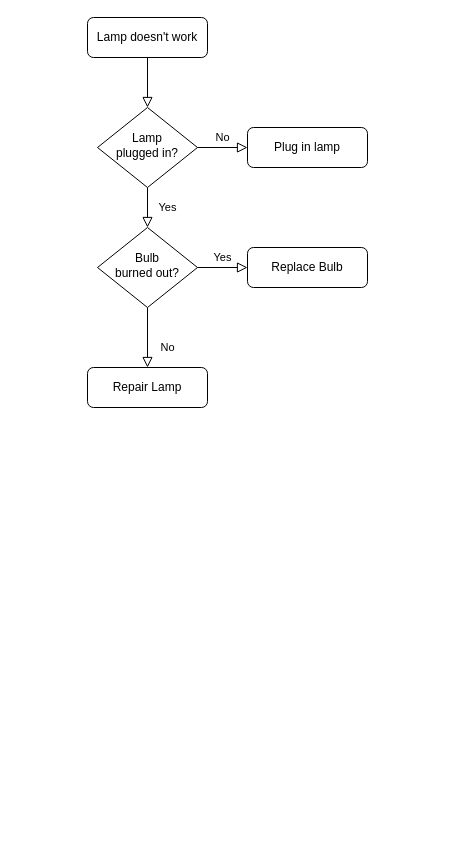
oliver-wolffe/diagrams keeps this draw.io diagram as Untitled Diagram.drawio. Above is the earlier version. Source tidied: cells renumbered, new cells numbered last; positions are measured from the earlier drawing's top-left corner, leaving out a move shared by most shapes. Both pictures are drawn from the tidied source at 100%, with x=0, y=0 at pixel (87, 17).
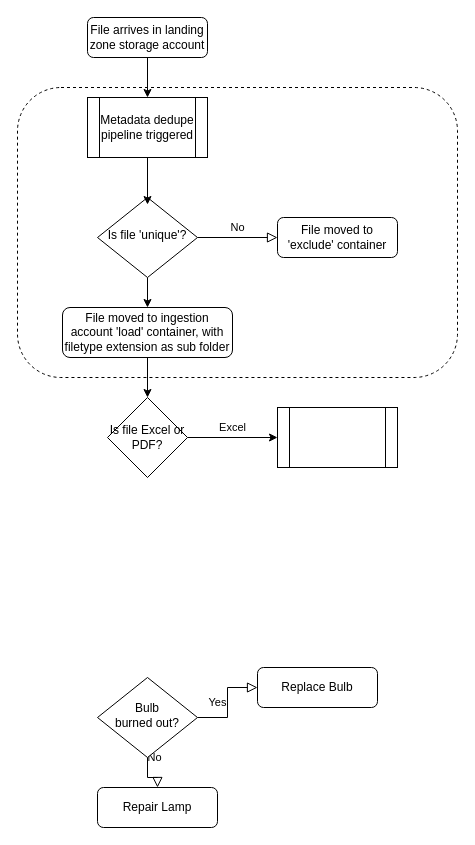
The same diagram, later.

The edit, as a diff of the source:
```diff
@@
-    <mxCell id="2" style="rounded=0;html=1;jettySize=auto;fontSize=11;endArrow=block;endFill=0;endSize=8;strokeWidth=1;shadow=0;labelBackgroundColor=none;edgeStyle=orthogonalEdgeStyle;" parent="1" edge="1" source="3" target="6">
-      <mxGeometry relative="1" as="geometry" />
-    </mxCell>
+    <mxCell id="13" style="edgeStyle=orthogonalEdgeStyle;rounded=0;jettySize=auto;html=1;" parent="1" edge="1" source="3" target="16">
+      <mxGeometry relative="1" as="geometry" />
+    </mxCell>
-    <mxCell id="3" value="Lamp doesn't work" style="rounded=1;whiteSpace=wrap;html=1;fontSize=12;glass=0;strokeWidth=1;shadow=0;" parent="1" vertex="1">
+    <mxCell id="3" value="File arrives in landing zone storage account" style="rounded=1;whiteSpace=wrap;html=1;fontSize=12;glass=0;strokeWidth=1;shadow=0;" parent="1" vertex="1">
       <mxGeometry width="120" height="40" as="geometry" />
     </mxCell>
-    <mxCell id="4" value="Yes" style="rounded=0;html=1;jettySize=auto;fontSize=11;endArrow=block;endFill=0;endSize=8;strokeWidth=1;shadow=0;labelBackgroundColor=none;edgeStyle=orthogonalEdgeStyle;" parent="1" edge="1" source="6" target="10">
-      <mxGeometry y="20" relative="1" as="geometry" />
-    </mxCell>
-    <mxCell id="5" value="No" style="edgeStyle=orthogonalEdgeStyle;rounded=0;html=1;jettySize=auto;fontSize=11;endArrow=block;endFill=0;endSize=8;strokeWidth=1;shadow=0;labelBackgroundColor=none;" parent="1" edge="1" source="6" target="7">
+    <mxCell id="5" value="No" style="edgeStyle=orthogonalEdgeStyle;rounded=0;html=1;jettySize=auto;fontSize=11;endArrow=block;endFill=0;endSize=8;strokeWidth=1;shadow=0;labelBackgroundColor=none;exitX=1;exitY=0.5;exitDx=0;exitDy=0;" parent="1" edge="1" source="6" target="7">
       <mxGeometry y="10" relative="1" as="geometry" />
     </mxCell>
+    <mxCell id="14" style="edgeStyle=orthogonalEdgeStyle;rounded=0;jettySize=auto;html=1;entryX=0.5;entryY=0;entryDx=0;entryDy=0;" parent="1" edge="1" source="6" target="18">
+      <mxGeometry relative="1" as="geometry" />
+    </mxCell>
-    <mxCell id="6" value="Lamp&lt;br&gt;plugged in?" style="rhombus;whiteSpace=wrap;html=1;shadow=0;fontFamily=Helvetica;fontSize=12;align=center;strokeWidth=1;spacing=6;spacingTop=-4;" parent="1" vertex="1">
-      <mxGeometry x="10" y="90" width="100" height="80" as="geometry" />
+    <mxCell id="6" value="Is file 'unique'?" style="rhombus;whiteSpace=wrap;html=1;shadow=0;fontFamily=Helvetica;fontSize=12;align=center;strokeWidth=1;spacing=6;spacingTop=-4;" parent="1" vertex="1">
+      <mxGeometry x="10" y="180" width="100" height="80" as="geometry" />
     </mxCell>
-    <mxCell id="7" value="Plug in lamp" style="rounded=1;whiteSpace=wrap;html=1;fontSize=12;glass=0;strokeWidth=1;shadow=0;" parent="1" vertex="1">
-      <mxGeometry x="160" y="110" width="120" height="40" as="geometry" />
+    <mxCell id="7" value="File moved to 'exclude' container" style="rounded=1;whiteSpace=wrap;html=1;fontSize=12;glass=0;strokeWidth=1;shadow=0;" parent="1" vertex="1">
+      <mxGeometry x="190" y="200" width="120" height="40" as="geometry" />
     </mxCell>
@@
     <mxCell id="10" value="Bulb&lt;br&gt;burned out?" style="rhombus;whiteSpace=wrap;html=1;shadow=0;fontFamily=Helvetica;fontSize=12;align=center;strokeWidth=1;spacing=6;spacingTop=-4;" parent="1" vertex="1">
-      <mxGeometry x="10" y="210" width="100" height="80" as="geometry" />
+      <mxGeometry x="10" y="660" width="100" height="80" as="geometry" />
     </mxCell>
     <mxCell id="11" value="Repair Lamp" style="rounded=1;whiteSpace=wrap;html=1;fontSize=12;glass=0;strokeWidth=1;shadow=0;" parent="1" vertex="1">
-      <mxGeometry y="350" width="120" height="40" as="geometry" />
+      <mxGeometry x="10" y="770" width="120" height="40" as="geometry" />
     </mxCell>
     <mxCell id="12" value="Replace Bulb" style="rounded=1;whiteSpace=wrap;html=1;fontSize=12;glass=0;strokeWidth=1;shadow=0;" parent="1" vertex="1">
-      <mxGeometry x="160" y="230" width="120" height="40" as="geometry" />
+      <mxGeometry x="170" y="650" width="120" height="40" as="geometry" />
     </mxCell>
+    <mxCell id="15" style="edgeStyle=orthogonalEdgeStyle;rounded=0;jettySize=auto;html=1;entryX=0.5;entryY=0.088;entryDx=0;entryDy=0;entryPerimeter=0;" parent="1" edge="1" source="16" target="6">
+      <mxGeometry relative="1" as="geometry" />
+    </mxCell>
+    <mxCell id="16" value="Metadata dedupe pipeline triggered" style="shape=process;whiteSpace=wrap;html=1;backgroundOutline=1;" parent="1" vertex="1">
+      <mxGeometry y="80" width="120" height="60" as="geometry" />
+    </mxCell>
+    <mxCell id="17" style="edgeStyle=orthogonalEdgeStyle;rounded=0;jettySize=auto;html=1;" parent="1" edge="1" source="18" target="21">
+      <mxGeometry relative="1" as="geometry" />
+    </mxCell>
+    <mxCell id="18" value="File moved to ingestion account 'load' container, with filetype extension as sub folder" style="rounded=1;whiteSpace=wrap;html=1;fontSize=12;glass=0;strokeWidth=1;shadow=0;" parent="1" vertex="1">
+      <mxGeometry x="-25" y="290" width="170" height="50" as="geometry" />
+    </mxCell>
+    <mxCell id="19" value="Excel" style="edgeStyle=orthogonalEdgeStyle;rounded=0;jettySize=auto;html=1;entryX=0;entryY=0.5;entryDx=0;entryDy=0;exitX=1;exitY=0.5;exitDx=0;exitDy=0;" parent="1" edge="1" source="21" target="20">
+      <mxGeometry y="10" relative="1" as="geometry" />
+    </mxCell>
+    <mxCell id="20" style="shape=process;whiteSpace=wrap;html=1;backgroundOutline=1;" parent="1" vertex="1">
+      <mxGeometry x="190" y="390" width="120" height="60" as="geometry" />
+    </mxCell>
+    <mxCell id="21" value="Is file Excel or PDF?" style="rhombus;whiteSpace=wrap;html=1;" parent="1" vertex="1">
+      <mxGeometry x="20" y="380" width="80" height="80" as="geometry" />
+    </mxCell>
+    <mxCell id="22" style="rounded=1;whiteSpace=wrap;html=1;dashed=1;fillColor=none;align=right;" parent="1" vertex="1">
+      <mxGeometry x="-70" y="70" width="440" height="290" as="geometry" />
+    </mxCell>
```
